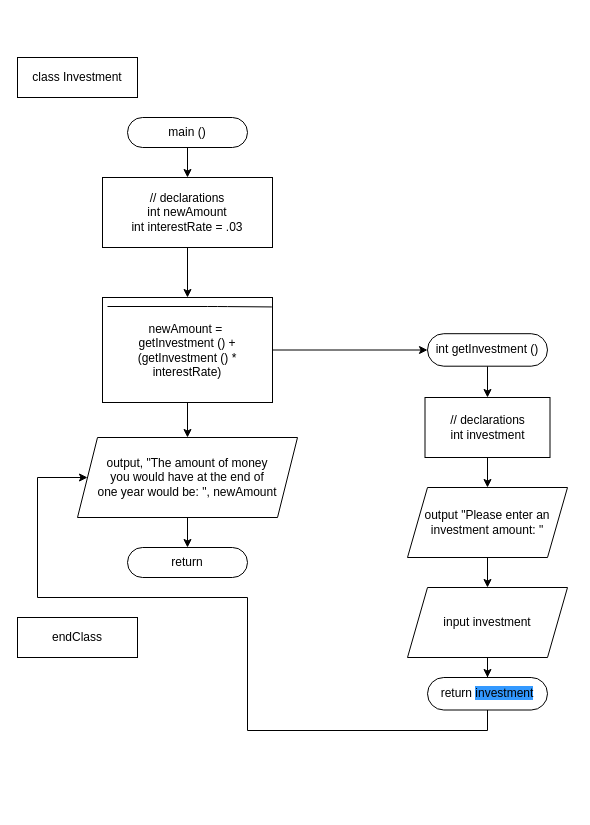
Above: L8Flowchart1.drawio in hmfranc/ubiquitous-octo-palm-tree (draw.io), before the change. Source tidied: cells renumbered, new cells numbered last; positions are measured from the earlier drawing's top-left corner, leaving out a move shared by most shapes. Both pictures are drawn from the tidied source at 100%, with x=0, y=0 at pixel (17, 57).
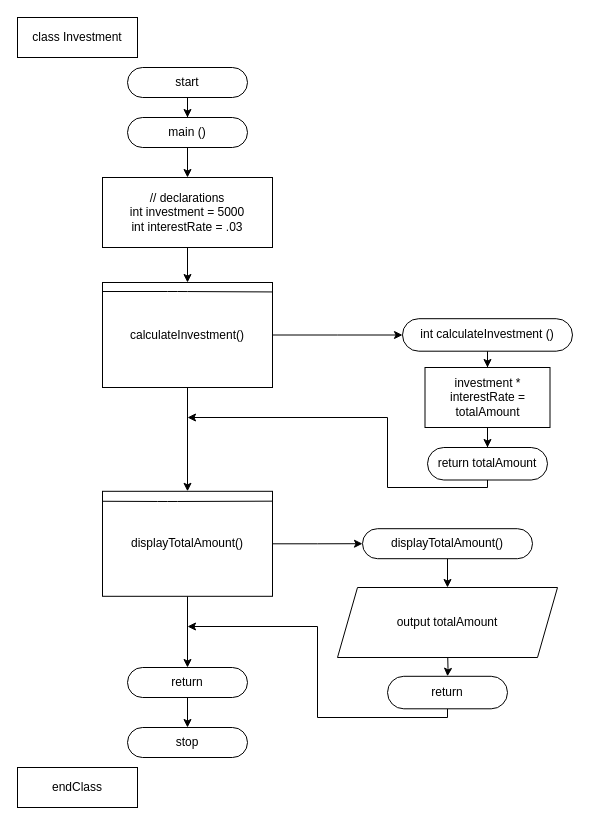
The same diagram, later.

The change refers to these unchanged cells:
```xml
<mxCell id="4" value="main ()" style="rounded=1;whiteSpace=wrap;html=1;arcSize=50;" parent="1" vertex="1">
  <mxGeometry x="110" y="60" width="120" height="30" as="geometry" />
</mxCell>
```

What changed in the source:
```diff
@@
     <mxCell id="2" value="class Investment" style="rounded=0;whiteSpace=wrap;html=1;" parent="1" vertex="1">
-      <mxGeometry width="120" height="40" as="geometry" />
+      <mxGeometry y="-40" width="120" height="40" as="geometry" />
     </mxCell>
@@
-    <mxCell id="6" value="// declarations&lt;br&gt;int newAmount&lt;br&gt;int interestRate = .03" style="rounded=0;whiteSpace=wrap;html=1;" parent="1" vertex="1">
+    <mxCell id="6" value="// declarations&lt;br&gt;int investment = 5000&lt;br&gt;int interestRate = .03" style="rounded=0;whiteSpace=wrap;html=1;" parent="1" vertex="1">
       <mxGeometry x="85" y="120" width="170" height="70" as="geometry" />
     </mxCell>
-    <mxCell id="7" style="edgeStyle=orthogonalEdgeStyle;rounded=0;jettySize=auto;html=1;" parent="1" edge="1" source="9" target="12">
-      <mxGeometry relative="1" as="geometry" />
-    </mxCell>
@@
+    <mxCell id="25" style="edgeStyle=orthogonalEdgeStyle;rounded=0;jettySize=auto;html=1;" parent="1" edge="1" source="9" target="32">
+      <mxGeometry relative="1" as="geometry" />
+    </mxCell>
-    <mxCell id="9" value="newAmount =&amp;nbsp;&lt;br&gt;getInvestment () +&lt;br&gt;(getInvestment () * interestRate)" style="whiteSpace=wrap;html=1;rounded=0;" parent="1" vertex="1">
-      <mxGeometry x="85" y="240" width="170" height="105" as="geometry" />
+    <mxCell id="9" value="calculateInvestment()" style="whiteSpace=wrap;html=1;rounded=0;" parent="1" vertex="1">
+      <mxGeometry x="85" y="225" width="170" height="105" as="geometry" />
     </mxCell>
-    <mxCell id="10" style="endArrow=none;html=1;entryX=0.996;entryY=0.09;entryDx=0;entryDy=0;entryPerimeter=0;" parent="1" edge="1" target="9">
+    <mxCell id="10" style="endArrow=none;html=1;entryX=1;entryY=0.09;entryDx=0;entryDy=0;entryPerimeter=0;exitX=0;exitY=0.086;exitDx=0;exitDy=0;exitPerimeter=0;" parent="1" edge="1" source="9" target="9">
       <mxGeometry relative="1" as="geometry">
-        <mxPoint x="90" y="249" as="sourcePoint" />
         <Array as="points">
-          <mxPoint x="200" y="249" />
+          <mxPoint x="160" y="234" />
         </Array>
       </mxGeometry>
     </mxCell>
-    <mxCell id="11" style="edgeStyle=orthogonalEdgeStyle;rounded=0;jettySize=auto;html=1;" parent="1" edge="1" source="12" target="13">
+    <mxCell id="11" style="edgeStyle=orthogonalEdgeStyle;rounded=0;jettySize=auto;html=1;exitX=0.5;exitY=1;exitDx=0;exitDy=0;" parent="1" edge="1" source="32" target="13">
       <mxGeometry relative="1" as="geometry" />
     </mxCell>
-    <mxCell id="12" value="output, &quot;The amount of money &lt;br&gt;you would have at the end of &lt;br&gt;one year would be: &quot;, newAmount" style="shape=parallelogram;perimeter=parallelogramPerimeter;whiteSpace=wrap;html=1;fixedSize=1;rounded=0;" parent="1" vertex="1">
-      <mxGeometry x="60" y="380" width="220" height="80" as="geometry" />
-    </mxCell>
+    <mxCell id="26" style="edgeStyle=orthogonalEdgeStyle;rounded=0;jettySize=auto;html=1;" parent="1" edge="1" source="13" target="30">
+      <mxGeometry relative="1" as="geometry" />
+    </mxCell>
     <mxCell id="13" value="return" style="rounded=1;whiteSpace=wrap;html=1;arcSize=50;" parent="1" vertex="1">
-      <mxGeometry x="110" y="490" width="120" height="30" as="geometry" />
+      <mxGeometry x="110" y="610" width="120" height="30" as="geometry" />
     </mxCell>
     <mxCell id="14" value="endClass" style="rounded=0;whiteSpace=wrap;html=1;" parent="1" vertex="1">
-      <mxGeometry y="560" width="120" height="40" as="geometry" />
+      <mxGeometry y="710" width="120" height="40" as="geometry" />
     </mxCell>
@@
-    <mxCell id="16" value="int getInvestment ()" style="rounded=1;whiteSpace=wrap;html=1;arcSize=50;" parent="1" vertex="1">
-      <mxGeometry x="410" y="276.2" width="120" height="32.5" as="geometry" />
+    <mxCell id="16" value="int calculateInvestment ()" style="rounded=1;whiteSpace=wrap;html=1;arcSize=50;" parent="1" vertex="1">
+      <mxGeometry x="385" y="261.2" width="170" height="32.5" as="geometry" />
     </mxCell>
-    <mxCell id="17" style="edgeStyle=orthogonalEdgeStyle;rounded=0;jettySize=auto;html=1;" parent="1" edge="1" source="18" target="20">
-      <mxGeometry relative="1" as="geometry" />
-    </mxCell>
+    <mxCell id="27" style="edgeStyle=orthogonalEdgeStyle;rounded=0;jettySize=auto;html=1;" parent="1" edge="1" source="18" target="24">
+      <mxGeometry relative="1" as="geometry" />
+    </mxCell>
-    <mxCell id="18" value="// declarations&lt;br&gt;int investment" style="rounded=0;whiteSpace=wrap;html=1;" parent="1" vertex="1">
-      <mxGeometry x="407.5" y="340" width="125" height="60" as="geometry" />
+    <mxCell id="18" value="investment * interestRate = totalAmount" style="rounded=0;whiteSpace=wrap;html=1;" parent="1" vertex="1">
+      <mxGeometry x="407.5" y="310" width="125" height="60" as="geometry" />
     </mxCell>
-    <mxCell id="19" style="edgeStyle=orthogonalEdgeStyle;rounded=0;jettySize=auto;html=1;" parent="1" edge="1" source="20" target="22">
-      <mxGeometry relative="1" as="geometry" />
-    </mxCell>
-    <mxCell id="20" value="output &quot;Please enter an investment amount: &quot;" style="shape=parallelogram;perimeter=parallelogramPerimeter;whiteSpace=wrap;html=1;fixedSize=1;rounded=0;" parent="1" vertex="1">
-      <mxGeometry x="390" y="430" width="160" height="70" as="geometry" />
-    </mxCell>
-    <mxCell id="21" style="edgeStyle=orthogonalEdgeStyle;rounded=0;jettySize=auto;html=1;" parent="1" edge="1" source="22" target="24">
-      <mxGeometry relative="1" as="geometry" />
-    </mxCell>
-    <mxCell id="22" value="input investment" style="shape=parallelogram;perimeter=parallelogramPerimeter;whiteSpace=wrap;html=1;fixedSize=1;rounded=0;" parent="1" vertex="1">
-      <mxGeometry x="390" y="530" width="160" height="70" as="geometry" />
-    </mxCell>
-    <mxCell id="23" style="edgeStyle=orthogonalEdgeStyle;rounded=0;jettySize=auto;html=1;exitX=0.5;exitY=1;exitDx=0;exitDy=0;" parent="1" edge="1" source="24" target="12">
+    <mxCell id="23" style="edgeStyle=orthogonalEdgeStyle;rounded=0;jettySize=auto;html=1;exitX=0.5;exitY=1;exitDx=0;exitDy=0;" parent="1" edge="1" source="24">
       <mxGeometry relative="1" as="geometry">
+        <mxPoint x="170" y="360" as="targetPoint" />
         <Array as="points">
-          <mxPoint x="470" y="673" />
-          <mxPoint x="230" y="673" />
-          <mxPoint x="230" y="540" />
-          <mxPoint x="20" y="540" />
-          <mxPoint x="20" y="420" />
+          <mxPoint x="470" y="430" />
+          <mxPoint x="370" y="430" />
+          <mxPoint x="370" y="360" />
         </Array>
       </mxGeometry>
     </mxCell>
-    <mxCell id="24" value="return&amp;nbsp;&lt;span style=&quot;background-color: rgb(51 , 153 , 255)&quot;&gt;investment&lt;/span&gt;" style="rounded=1;whiteSpace=wrap;html=1;arcSize=50;" parent="1" vertex="1">
-      <mxGeometry x="410" y="620" width="120" height="32.5" as="geometry" />
+    <mxCell id="24" value="&lt;span style=&quot;background-color: rgb(255 , 255 , 255)&quot;&gt;return totalAmount&lt;/span&gt;" style="rounded=1;whiteSpace=wrap;html=1;arcSize=50;" parent="1" vertex="1">
+      <mxGeometry x="410" y="390" width="120" height="32.5" as="geometry" />
     </mxCell>
+    <mxCell id="28" style="edgeStyle=orthogonalEdgeStyle;rounded=0;jettySize=auto;html=1;" parent="1" edge="1" source="29" target="4">
+      <mxGeometry relative="1" as="geometry" />
+    </mxCell>
+    <mxCell id="29" value="start" style="rounded=1;whiteSpace=wrap;html=1;arcSize=50;" parent="1" vertex="1">
+      <mxGeometry x="110" y="10" width="120" height="30" as="geometry" />
+    </mxCell>
+    <mxCell id="30" value="stop" style="rounded=1;whiteSpace=wrap;html=1;arcSize=50;" parent="1" vertex="1">
+      <mxGeometry x="110" y="670" width="120" height="30" as="geometry" />
+    </mxCell>
+    <mxCell id="31" style="edgeStyle=orthogonalEdgeStyle;rounded=0;jettySize=auto;html=1;" parent="1" edge="1" source="32" target="35">
+      <mxGeometry relative="1" as="geometry" />
+    </mxCell>
+    <mxCell id="32" value="displayTotalAmount()" style="whiteSpace=wrap;html=1;rounded=0;" parent="1" vertex="1">
+      <mxGeometry x="85" y="433.8" width="170" height="105" as="geometry" />
+    </mxCell>
+    <mxCell id="33" style="endArrow=none;html=1;entryX=1;entryY=0.094;entryDx=0;entryDy=0;entryPerimeter=0;exitX=0.001;exitY=0.095;exitDx=0;exitDy=0;exitPerimeter=0;" parent="1" edge="1" source="32" target="32">
+      <mxGeometry relative="1" as="geometry">
+        <Array as="points">
+          <mxPoint x="150" y="444" />
+        </Array>
+      </mxGeometry>
+    </mxCell>
+    <mxCell id="34" style="edgeStyle=orthogonalEdgeStyle;rounded=0;jettySize=auto;html=1;" parent="1" edge="1" source="35" target="39">
+      <mxGeometry relative="1" as="geometry" />
+    </mxCell>
+    <mxCell id="35" value="displayTotalAmount()" style="rounded=1;whiteSpace=wrap;html=1;arcSize=50;" parent="1" vertex="1">
+      <mxGeometry x="345" y="471.2" width="170" height="30" as="geometry" />
+    </mxCell>
+    <mxCell id="36" style="edgeStyle=orthogonalEdgeStyle;rounded=0;jettySize=auto;html=1;" parent="1" edge="1" target="38">
+      <mxGeometry relative="1" as="geometry">
+        <mxPoint x="430" y="590" as="sourcePoint" />
+      </mxGeometry>
+    </mxCell>
+    <mxCell id="37" style="edgeStyle=orthogonalEdgeStyle;rounded=0;jettySize=auto;html=1;exitX=0.5;exitY=1;exitDx=0;exitDy=0;" parent="1" edge="1" source="38">
+      <mxGeometry relative="1" as="geometry">
+        <mxPoint x="170" y="569" as="targetPoint" />
+        <Array as="points">
+          <mxPoint x="430" y="660" />
+          <mxPoint x="300" y="660" />
+          <mxPoint x="300" y="569" />
+        </Array>
+      </mxGeometry>
+    </mxCell>
+    <mxCell id="38" value="return " style="rounded=1;whiteSpace=wrap;html=1;arcSize=50;" parent="1" vertex="1">
+      <mxGeometry x="370" y="618.8" width="120" height="32.5" as="geometry" />
+    </mxCell>
+    <mxCell id="39" value="output totalAmount" style="shape=parallelogram;perimeter=parallelogramPerimeter;whiteSpace=wrap;html=1;fixedSize=1;" parent="1" vertex="1">
+      <mxGeometry x="320" y="530" width="220" height="70" as="geometry" />
+    </mxCell>
```
